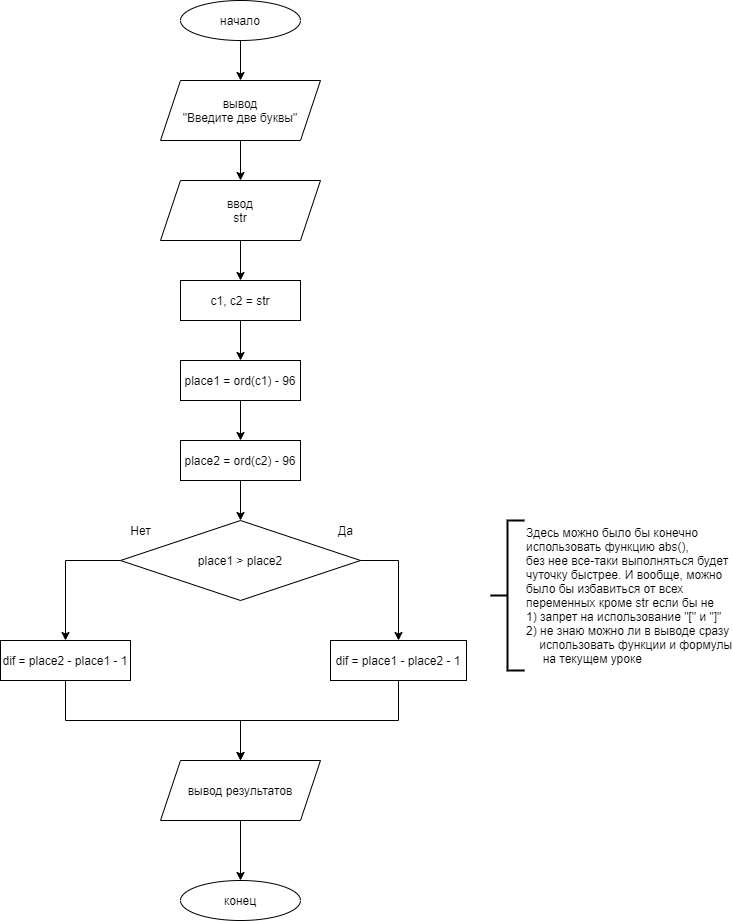
The draw.io diagram homeworks/task_3.png in sgb128/python_SVKachkalda, before a commit. Source tidied: cells renumbered, new cells last; positions are measured from the earlier drawing's top-left corner, leaving out a move shared by most shapes. The source it was exported from:
```xml
<mxGraphModel>
  <root>
    <mxCell id="0" />
    <mxCell id="1" parent="0" />
    <mxCell id="2" style="edgeStyle=orthogonalEdgeStyle;rounded=0;jettySize=auto;html=1;exitX=0.5;exitY=1;exitDx=0;exitDy=0;entryX=0.5;entryY=0;entryDx=0;entryDy=0;" parent="1" edge="1" source="3" target="5">
      <mxGeometry relative="1" as="geometry" />
    </mxCell>
    <mxCell id="3" value="начало" style="ellipse;whiteSpace=wrap;html=1;" parent="1" vertex="1">
      <mxGeometry x="180" width="120" height="40" as="geometry" />
    </mxCell>
    <mxCell id="4" style="edgeStyle=orthogonalEdgeStyle;rounded=0;jettySize=auto;html=1;" parent="1" edge="1" source="5" target="7">
      <mxGeometry relative="1" as="geometry" />
    </mxCell>
    <mxCell id="5" value="вывод&lt;br&gt;&quot;Введите две буквы&quot;" style="shape=parallelogram;perimeter=parallelogramPerimeter;whiteSpace=wrap;html=1;fixedSize=1;" parent="1" vertex="1">
      <mxGeometry x="160" y="80" width="160" height="60" as="geometry" />
    </mxCell>
    <mxCell id="6" style="edgeStyle=orthogonalEdgeStyle;rounded=0;jettySize=auto;html=1;" parent="1" edge="1" source="7" target="9">
      <mxGeometry relative="1" as="geometry" />
    </mxCell>
    <mxCell id="7" value="ввод&lt;br&gt;str" style="shape=parallelogram;perimeter=parallelogramPerimeter;whiteSpace=wrap;html=1;fixedSize=1;" parent="1" vertex="1">
      <mxGeometry x="160" y="180" width="160" height="60" as="geometry" />
    </mxCell>
    <mxCell id="8" style="edgeStyle=orthogonalEdgeStyle;rounded=0;jettySize=auto;html=1;" parent="1" edge="1" source="9" target="11">
      <mxGeometry relative="1" as="geometry" />
    </mxCell>
    <mxCell id="9" value="c1, c2 = str" style="rounded=0;whiteSpace=wrap;html=1;" parent="1" vertex="1">
      <mxGeometry x="180" y="280" width="120" height="40" as="geometry" />
    </mxCell>
    <mxCell id="10" style="edgeStyle=orthogonalEdgeStyle;rounded=0;jettySize=auto;html=1;" parent="1" edge="1" source="11" target="13">
      <mxGeometry relative="1" as="geometry" />
    </mxCell>
    <mxCell id="11" value="place1 = ord(c1) - 96" style="rounded=0;whiteSpace=wrap;html=1;" parent="1" vertex="1">
      <mxGeometry x="180" y="360" width="120" height="40" as="geometry" />
    </mxCell>
    <mxCell id="12" style="edgeStyle=orthogonalEdgeStyle;rounded=0;jettySize=auto;html=1;exitX=0.5;exitY=1;exitDx=0;exitDy=0;entryX=0.5;entryY=0;entryDx=0;entryDy=0;" parent="1" edge="1" source="13" target="15">
      <mxGeometry relative="1" as="geometry" />
    </mxCell>
    <mxCell id="13" value="place2 = ord(c2) - 96" style="rounded=0;whiteSpace=wrap;html=1;" parent="1" vertex="1">
      <mxGeometry x="180" y="440" width="120" height="40" as="geometry" />
    </mxCell>
    <mxCell id="14" style="group;" parent="1" vertex="1">
      <mxGeometry x="120" y="520" width="240" height="80" as="geometry" />
    </mxCell>
    <mxCell id="15" value="place1 &amp;gt; place2" style="rhombus;whiteSpace=wrap;html=1;" parent="14" vertex="1">
      <mxGeometry width="240" height="80" as="geometry" />
    </mxCell>
    <mxCell id="16" value="Нет" style="text;html=1;align=center;verticalAlign=middle;" parent="14" vertex="1">
      <mxGeometry width="40" height="20" as="geometry" />
    </mxCell>
    <mxCell id="17" value="Да" style="text;html=1;align=center;verticalAlign=middle;" parent="14" vertex="1">
      <mxGeometry x="210" width="30" height="20" as="geometry" />
    </mxCell>
    <mxCell id="18" style="edgeStyle=orthogonalEdgeStyle;rounded=0;jettySize=auto;html=1;exitX=0.5;exitY=1;exitDx=0;exitDy=0;" parent="1" edge="1" source="19" target="23">
      <mxGeometry relative="1" as="geometry" />
    </mxCell>
    <mxCell id="19" value="dif = place1 - place2 - 1" style="rounded=0;whiteSpace=wrap;html=1;" parent="1" vertex="1">
      <mxGeometry x="330" y="640" width="136" height="40" as="geometry" />
    </mxCell>
    <mxCell id="20" style="edgeStyle=orthogonalEdgeStyle;rounded=0;jettySize=auto;html=1;exitX=0.5;exitY=1;exitDx=0;exitDy=0;entryX=0.5;entryY=0;entryDx=0;entryDy=0;" parent="1" edge="1" source="21" target="23">
      <mxGeometry relative="1" as="geometry" />
    </mxCell>
    <mxCell id="21" value="dif = place2 - place1 - 1" style="rounded=0;whiteSpace=wrap;html=1;" parent="1" vertex="1">
      <mxGeometry y="640" width="130" height="40" as="geometry" />
    </mxCell>
    <mxCell id="22" style="edgeStyle=orthogonalEdgeStyle;rounded=0;jettySize=auto;html=1;" parent="1" edge="1" source="23" target="24">
      <mxGeometry relative="1" as="geometry" />
    </mxCell>
    <mxCell id="23" value="вывод результатов" style="shape=parallelogram;perimeter=parallelogramPerimeter;whiteSpace=wrap;html=1;fixedSize=1;" parent="1" vertex="1">
      <mxGeometry x="160" y="760" width="160" height="60" as="geometry" />
    </mxCell>
    <mxCell id="24" value="конец" style="ellipse;whiteSpace=wrap;html=1;" parent="1" vertex="1">
      <mxGeometry x="180" y="880" width="120" height="40" as="geometry" />
    </mxCell>
    <mxCell id="25" style="edgeStyle=orthogonalEdgeStyle;rounded=0;jettySize=auto;html=1;exitX=1;exitY=0.5;exitDx=0;exitDy=0;entryX=0.5;entryY=0;entryDx=0;entryDy=0;" parent="1" edge="1" source="15" target="19">
      <mxGeometry relative="1" as="geometry" />
    </mxCell>
    <mxCell id="26" style="edgeStyle=orthogonalEdgeStyle;rounded=0;jettySize=auto;html=1;exitX=0;exitY=0.5;exitDx=0;exitDy=0;entryX=0.5;entryY=0;entryDx=0;entryDy=0;" parent="1" edge="1" source="15" target="21">
      <mxGeometry relative="1" as="geometry" />
    </mxCell>
    <mxCell id="27" value="Здесь можно было бы конечно&lt;br&gt;использовать функцию abs(),&lt;br&gt;без нее все-таки выполняться будет&lt;br&gt;чуточку быстрее. И вообще, можно&lt;br&gt;было бы избавиться от всех&lt;br&gt;переменных кроме str если бы не&lt;br&gt;1) запрет на использование &quot;[&quot; и &quot;]&quot;&lt;br&gt;2) не знаю можно ли в выводе сразу&lt;br&gt;&amp;nbsp; &amp;nbsp; использовать функции и формулы&lt;br&gt;&amp;nbsp; &amp;nbsp; &amp;nbsp;на текущем уроке" style="strokeWidth=2;html=1;shape=mxgraph.flowchart.annotation_2;align=left;labelPosition=right;" parent="1" vertex="1">
      <mxGeometry x="490" y="520" width="34" height="150" as="geometry" />
    </mxCell>
  </root>
</mxGraphModel>
```
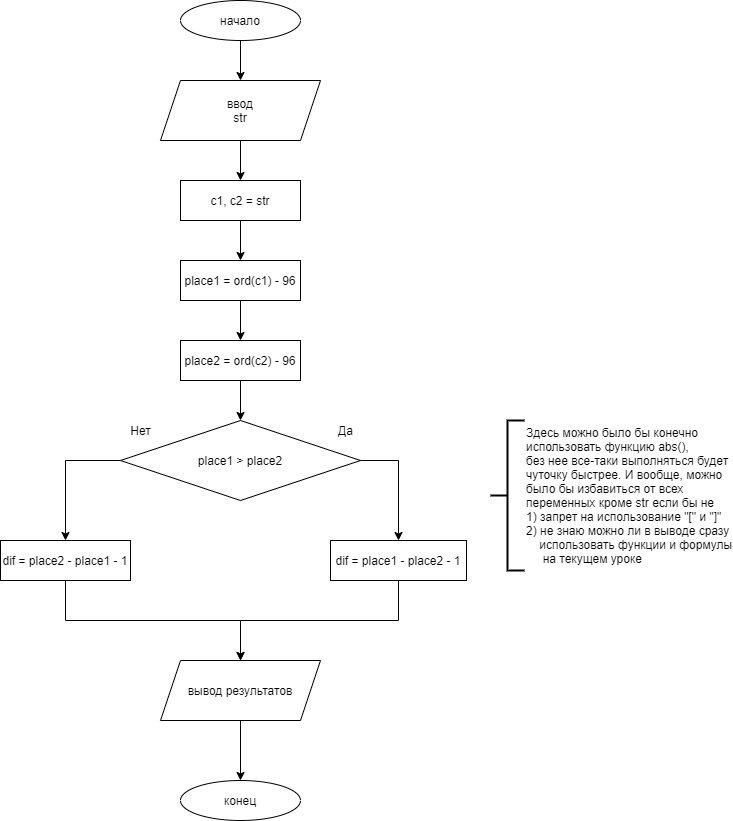
After the commit.

The edit, as a diff of the source:
```diff
@@ -2,18 +2,12 @@
   <root>
     <mxCell id="0" />
     <mxCell id="1" parent="0" />
-    <mxCell id="2" style="edgeStyle=orthogonalEdgeStyle;rounded=0;jettySize=auto;html=1;exitX=0.5;exitY=1;exitDx=0;exitDy=0;entryX=0.5;entryY=0;entryDx=0;entryDy=0;" parent="1" edge="1" source="3" target="5">
-      <mxGeometry relative="1" as="geometry" />
-    </mxCell>
+    <mxCell id="28" style="edgeStyle=orthogonalEdgeStyle;rounded=0;jettySize=auto;html=1;" parent="1" edge="1" source="3" target="7">
+      <mxGeometry relative="1" as="geometry" />
+    </mxCell>
     <mxCell id="3" value="начало" style="ellipse;whiteSpace=wrap;html=1;" parent="1" vertex="1">
-      <mxGeometry x="180" width="120" height="40" as="geometry" />
+      <mxGeometry x="180" y="100" width="120" height="40" as="geometry" />
     </mxCell>
-    <mxCell id="4" style="edgeStyle=orthogonalEdgeStyle;rounded=0;jettySize=auto;html=1;" parent="1" edge="1" source="5" target="7">
-      <mxGeometry relative="1" as="geometry" />
-    </mxCell>
-    <mxCell id="5" value="вывод&lt;br&gt;&quot;Введите две буквы&quot;" style="shape=parallelogram;perimeter=parallelogramPerimeter;whiteSpace=wrap;html=1;fixedSize=1;" parent="1" vertex="1">
-      <mxGeometry x="160" y="80" width="160" height="60" as="geometry" />
-    </mxCell>
     <mxCell id="6" style="edgeStyle=orthogonalEdgeStyle;rounded=0;jettySize=auto;html=1;" parent="1" edge="1" source="7" target="9">
       <mxGeometry relative="1" as="geometry" />
     </mxCell>
```
